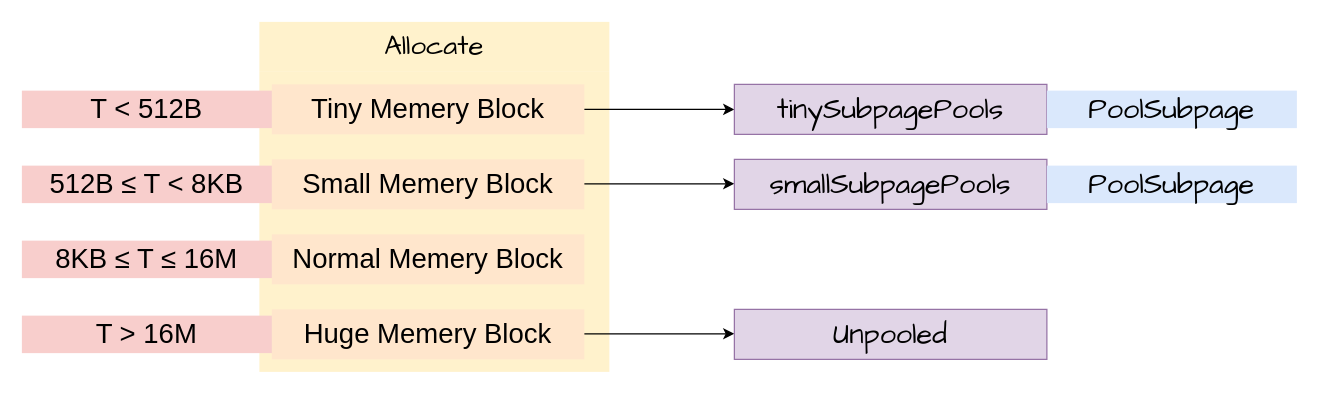
lanchestios/lanchestios.github.io keeps this draw.io diagram as images/Netty/Netty内存池内存的类别.drawio. Above is the earlier version. Source tidied: cells renumbered, new cells numbered last; positions are measured from the earlier drawing's top-left corner, leaving out a move shared by most shapes. Both pictures are drawn from the tidied source at 125%, with x=0, y=0 at pixel (21, 21).
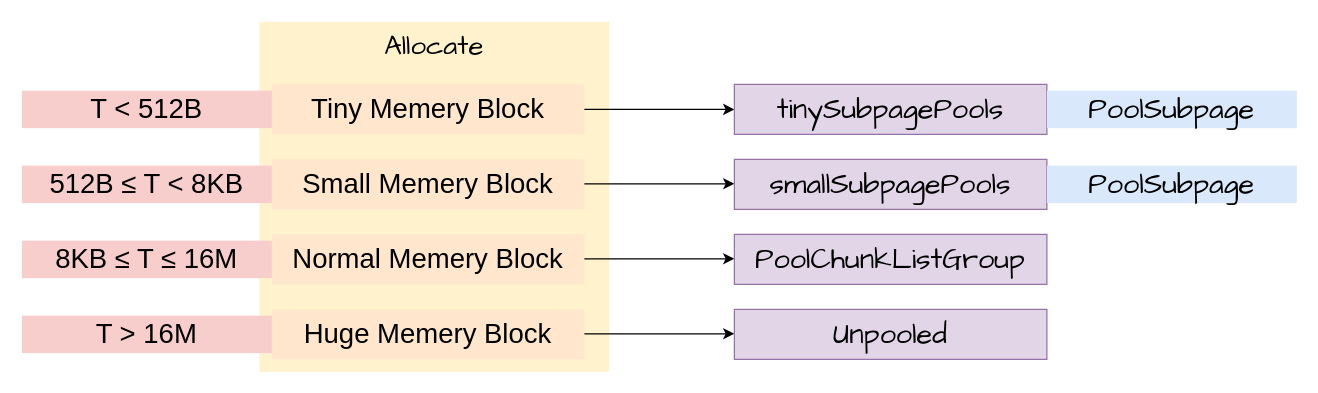
The same page after the edit.

What changed in the source:
```diff
@@
+    <mxCell id="20" style="endArrow=classic;html=1;fontSize=22;exitX=1;exitY=0.5;exitDx=0;exitDy=0;" parent="1" edge="1">
+      <mxGeometry relative="1" as="geometry">
+        <mxPoint x="450" y="189.5" as="sourcePoint" />
+        <mxPoint x="570" y="189.5" as="targetPoint" />
+      </mxGeometry>
+    </mxCell>
+    <mxCell id="21" value="&lt;div style=&quot;font-size: 17.3pt&quot;&gt;&lt;div style=&quot;font-size: 17.3pt&quot;&gt;&lt;span&gt;PoolChunkListGroup&lt;/span&gt;&lt;/div&gt;&lt;/div&gt;" style="text;html=1;fillColor=#e1d5e7;align=center;verticalAlign=middle;whiteSpace=wrap;rounded=0;fontSize=22;strokeColor=#9673a6;labelBackgroundColor=none;fontFamily=Comic Sans MS;" parent="1" vertex="1">
+      <mxGeometry x="570" y="170" width="250" height="40" as="geometry" />
+    </mxCell>
```
